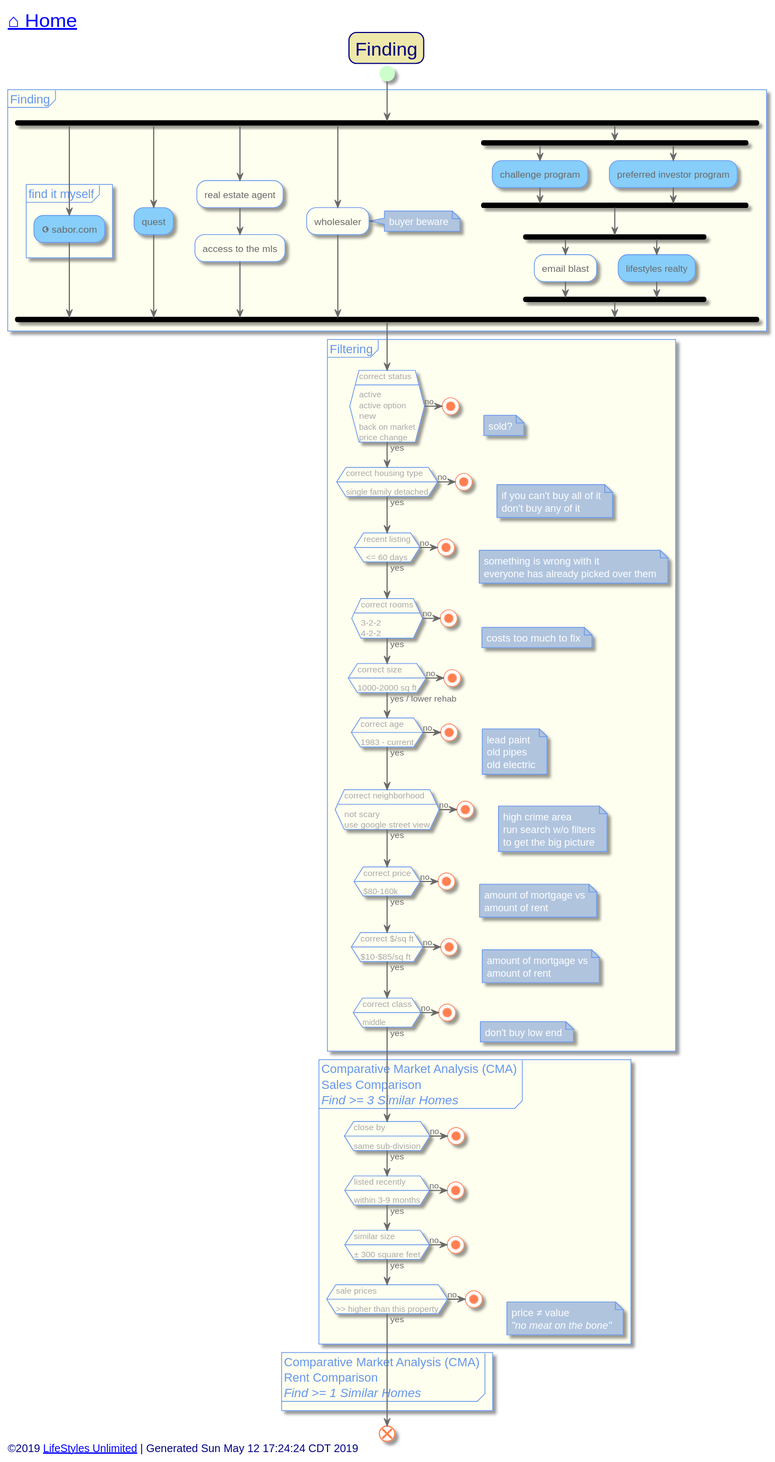
toddmo/lifestylesunlimited keeps this PlantUML diagram as out/src/single-family/finding.svg. Above is the earlier version.
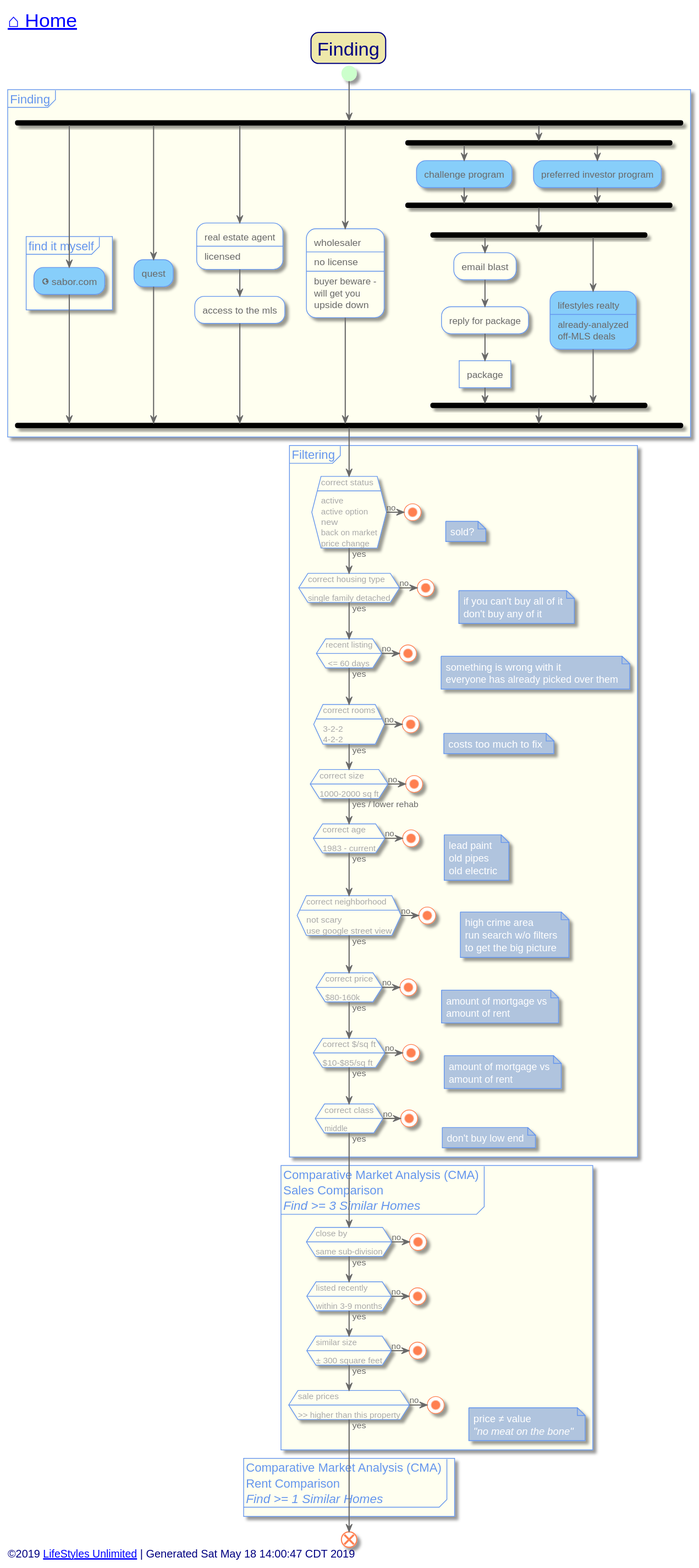
Above is the later version.

Diff of the diagram source:
```diff
@@ -93,11 +93,18 @@
 			[[https://app.lifestylesquest.com]]#LightSkyBlue:quest;
 
 		fork again
-			:real estate agent;
+			:real estate agent
+			----
+			licensed;
 			:access to the mls;
 		fork again
-			:wholesaler;
-			note right: buyer beware
+			:wholesaler
+			----
+			no license
+			----
+			buyer beware -
+			will get you
+			upside down;
 
 		fork again
 			fork
@@ -107,8 +114,10 @@
 			end fork
 			fork
 				:email blast;
+				:reply for package;
+				:package]
 			fork again
-				[[https://www.har.com/lifestyles-realty-dallas-inc/broker_NTREIS-LIRE01]]#LightSkyBlue:lifestyles realty;
+				[[https://www.har.com/lifestyles-realty-dallas-inc/broker_NTREIS-LIRE01]]#LightSkyBlue:lifestyles realty\n----\nalready-analyzed\noff-MLS deals;
 			end fork
 		end fork
 	}
@@ -236,7 +245,7 @@
 
 
 left footer
-	<font size=14>©2019 [[http://www.lifestylesunlimited.com LifeStyles Unlimited]] | Generated Sun May 12 17:24:24 CDT 2019</font>
+	<font size=14>©2019 [[http://www.lifestylesunlimited.com LifeStyles Unlimited]] | Generated Sat May 18 14:00:47 CDT 2019</font>
 endfooter
 
 
```
